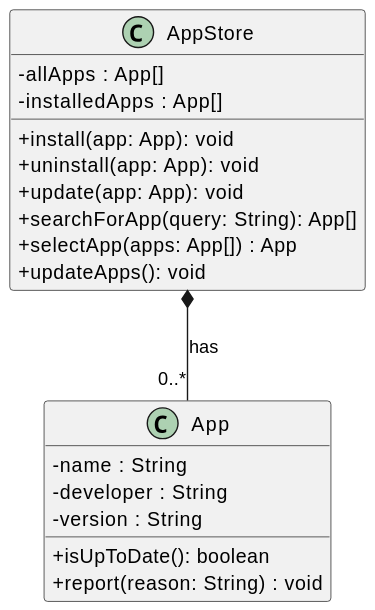
Earlier version of the PlantUML export build/appstore_classdiagram.svg (notfirefox/swea-project). Source of this version:
```plantuml
@startuml
skinparam classAttributeIconSize 0

class App {
    -name : String
    -developer : String
    -version : String
    +isUpToDate(): boolean
    +report(reason: String) : void
}

class AppStore {
    -allApps : App[]
    -installedApps : App[]

    +install(app: App): void
    +uninstall(app: App): void
    +update(app: App): void
    +searchForApp(query: String): App[]
    +selectApp(apps: App[]) : App
    +updateApps(): void
}

AppStore *-- "0..*" App : has
@enduml
```
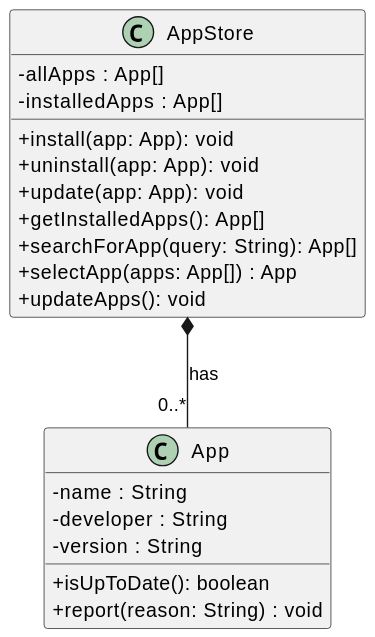
Above is the later version.

Change to the diagram source:
```diff
@@ -16,6 +16,7 @@
     +install(app: App): void
     +uninstall(app: App): void
     +update(app: App): void
+    +getInstalledApps(): App[]
     +searchForApp(query: String): App[]
     +selectApp(apps: App[]) : App
     +updateApps(): void
```
